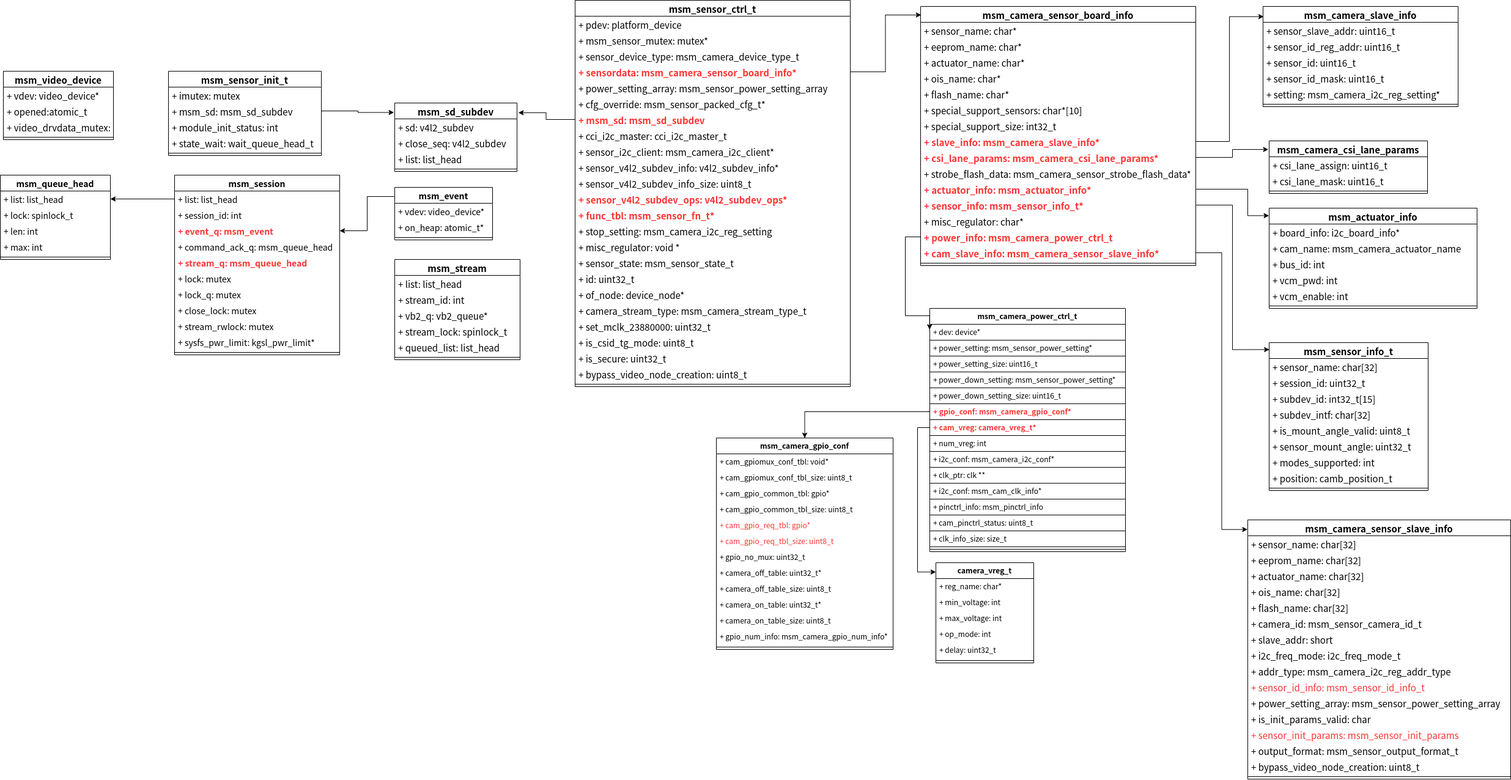
The draw.io diagram qcom v4l2 camera2类图.png in zhangmeizhen/test2, before a commit. Source tidied: cells renumbered, new cells last; positions are measured from the earlier drawing's top-left corner, leaving out a move shared by most shapes.
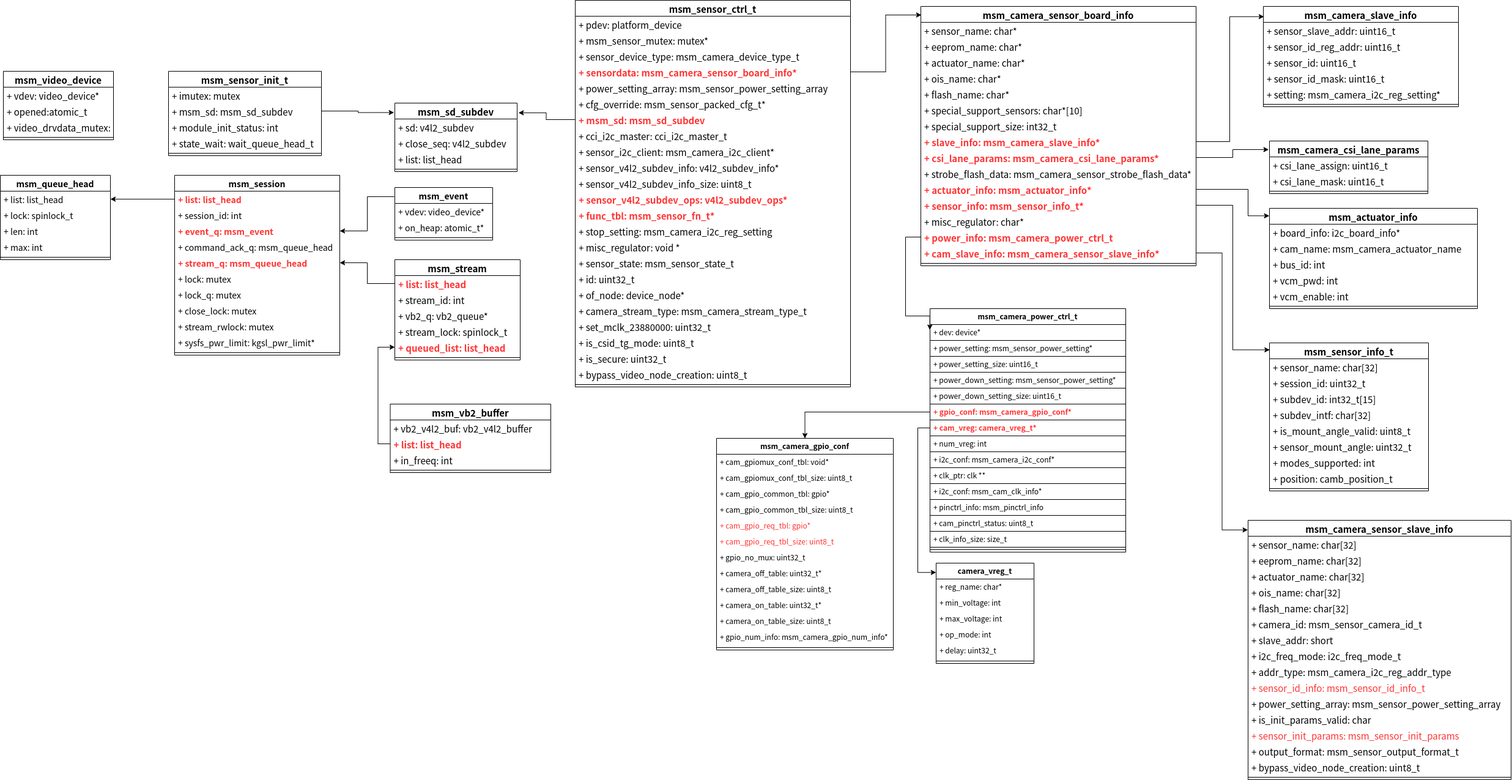
The same diagram one commit later.

What changed in the source:
```diff
@@ -74,7 +74,7 @@
     <mxCell id="25" value="msm_session" style="swimlane;fontStyle=1;align=center;verticalAlign=top;horizontal=1;startSize=26;fontSize=14;fontColor=#000000;" parent="1" vertex="1">
       <mxGeometry x="285" y="286" width="270" height="294" as="geometry" />
     </mxCell>
-    <mxCell id="26" value="+ list: list_head" style="text;strokeColor=none;fillColor=none;align=left;verticalAlign=top;spacingLeft=4;spacingRight=4;overflow=hidden;points=[[0,0.5],[1,0.5]];portConstraint=eastwest;fontSize=14;fontColor=#000000;" parent="25" vertex="1">
+    <mxCell id="26" value="+ list: list_head" style="text;strokeColor=none;fillColor=none;align=left;verticalAlign=top;spacingLeft=4;spacingRight=4;overflow=hidden;points=[[0,0.5],[1,0.5]];portConstraint=eastwest;fontSize=14;fontColor=#FF3333;fontStyle=1;" parent="25" vertex="1">
       <mxGeometry y="26" width="270" height="26" as="geometry" />
     </mxCell>
     <mxCell id="27" value="+ session_id: int" style="text;strokeColor=none;fillColor=none;align=left;verticalAlign=top;spacingLeft=4;spacingRight=4;overflow=hidden;fontSize=14;fontColor=#000000;" parent="25" vertex="1">
@@ -206,7 +206,7 @@
     <mxCell id="69" value="msm_stream" style="swimlane;fontStyle=1;align=center;verticalAlign=top;horizontal=1;startSize=26;fontSize=15;fontColor=#000000;strokeColor=#000000;" parent="1" vertex="1">
       <mxGeometry x="645" y="424" width="205" height="164" as="geometry" />
     </mxCell>
-    <mxCell id="70" value="+ list: list_head" style="text;strokeColor=none;fillColor=none;align=left;verticalAlign=top;spacingLeft=4;spacingRight=4;overflow=hidden;points=[[0,0.5],[1,0.5]];portConstraint=eastwest;fontSize=15;fontColor=#000000;" parent="69" vertex="1">
+    <mxCell id="70" value="+ list: list_head" style="text;strokeColor=none;fillColor=none;align=left;verticalAlign=top;spacingLeft=4;spacingRight=4;overflow=hidden;points=[[0,0.5],[1,0.5]];portConstraint=eastwest;fontSize=15;fontColor=#FF3333;fontStyle=1;" parent="69" vertex="1">
       <mxGeometry y="26" width="205" height="26" as="geometry" />
     </mxCell>
     <mxCell id="71" value="+ stream_id: int" style="text;strokeColor=none;fillColor=none;align=left;verticalAlign=top;spacingLeft=4;spacingRight=4;overflow=hidden;fontSize=15;fontColor=#000000;" parent="69" vertex="1">
@@ -218,7 +218,7 @@
     <mxCell id="73" value="+ stream_lock: spinlock_t" style="text;strokeColor=none;fillColor=none;align=left;verticalAlign=top;spacingLeft=4;spacingRight=4;overflow=hidden;fontSize=15;fontColor=#000000;" parent="69" vertex="1">
       <mxGeometry y="104" width="205" height="26" as="geometry" />
     </mxCell>
-    <mxCell id="74" value="+ queued_list: list_head" style="text;strokeColor=none;fillColor=none;align=left;verticalAlign=top;spacingLeft=4;spacingRight=4;overflow=hidden;points=[[0,0.5],[1,0.5]];portConstraint=eastwest;fontSize=15;fontColor=#000000;" parent="69" vertex="1">
+    <mxCell id="74" value="+ queued_list: list_head" style="text;strokeColor=none;fillColor=none;align=left;verticalAlign=top;spacingLeft=4;spacingRight=4;overflow=hidden;points=[[0,0.5],[1,0.5]];portConstraint=eastwest;fontSize=15;fontColor=#FF3333;fontStyle=1;" parent="69" vertex="1">
       <mxGeometry y="130" width="205" height="26" as="geometry" />
     </mxCell>
     <mxCell id="75" style="line;strokeWidth=1;fillColor=none;align=left;verticalAlign=middle;spacingTop=-1;spacingLeft=3;spacingRight=3;labelPosition=right;fontSize=15;fontColor=#000000;" parent="69" vertex="1">
@@ -558,5 +558,26 @@
     <mxCell id="183" style="edgeStyle=orthogonalEdgeStyle;rounded=0;jettySize=auto;html=1;entryX=-0.001;entryY=0.093;entryDx=0;entryDy=0;entryPerimeter=0;fontColor=#000000;" parent="1" edge="1" source="150" target="176">
       <mxGeometry relative="1" as="geometry" />
     </mxCell>
+    <mxCell id="184" style="edgeStyle=orthogonalEdgeStyle;rounded=0;jettySize=auto;html=1;fontColor=#FF3333;" parent="1" edge="1" source="70" target="30">
+      <mxGeometry relative="1" as="geometry" />
+    </mxCell>
+    <mxCell id="185" value="msm_vb2_buffer" style="swimlane;fontStyle=1;align=center;verticalAlign=top;horizontal=1;startSize=26;fontColor=#000000;strokeColor=#000000;fontSize=15;" parent="1" vertex="1">
+      <mxGeometry x="637.5" y="660" width="262.5" height="112" as="geometry" />
+    </mxCell>
+    <mxCell id="186" value="+ vb2_v4l2_buf: vb2_v4l2_buffer" style="text;strokeColor=none;fillColor=none;align=left;verticalAlign=top;spacingLeft=4;spacingRight=4;overflow=hidden;fontColor=#000000;fontSize=15;" parent="185" vertex="1">
+      <mxGeometry y="26" width="262.5" height="26" as="geometry" />
+    </mxCell>
+    <mxCell id="187" value="+ list: list_head" style="text;strokeColor=none;fillColor=none;align=left;verticalAlign=top;spacingLeft=4;spacingRight=4;overflow=hidden;points=[[0,0.5],[1,0.5]];portConstraint=eastwest;fontColor=#FF3333;fontStyle=1;fontSize=15;" parent="185" vertex="1">
+      <mxGeometry y="52" width="262.5" height="26" as="geometry" />
+    </mxCell>
+    <mxCell id="188" value="+ in_freeq: int" style="text;strokeColor=none;fillColor=none;align=left;verticalAlign=top;spacingLeft=4;spacingRight=4;overflow=hidden;fontColor=#000000;fontSize=15;" parent="185" vertex="1">
+      <mxGeometry y="78" width="262.5" height="26" as="geometry" />
+    </mxCell>
+    <mxCell id="189" style="line;strokeWidth=1;fillColor=none;align=left;verticalAlign=middle;spacingTop=-1;spacingLeft=3;spacingRight=3;labelPosition=right;fontColor=#000000;" parent="185" vertex="1">
+      <mxGeometry y="104" width="262.5" height="8" as="geometry" />
+    </mxCell>
+    <mxCell id="190" style="edgeStyle=orthogonalEdgeStyle;rounded=0;jettySize=auto;html=1;entryX=0;entryY=0.5;entryDx=0;entryDy=0;fontColor=#FF3333;" parent="1" edge="1" source="187" target="74">
+      <mxGeometry relative="1" as="geometry" />
+    </mxCell>
   </root>
 </mxGraphModel>
```
